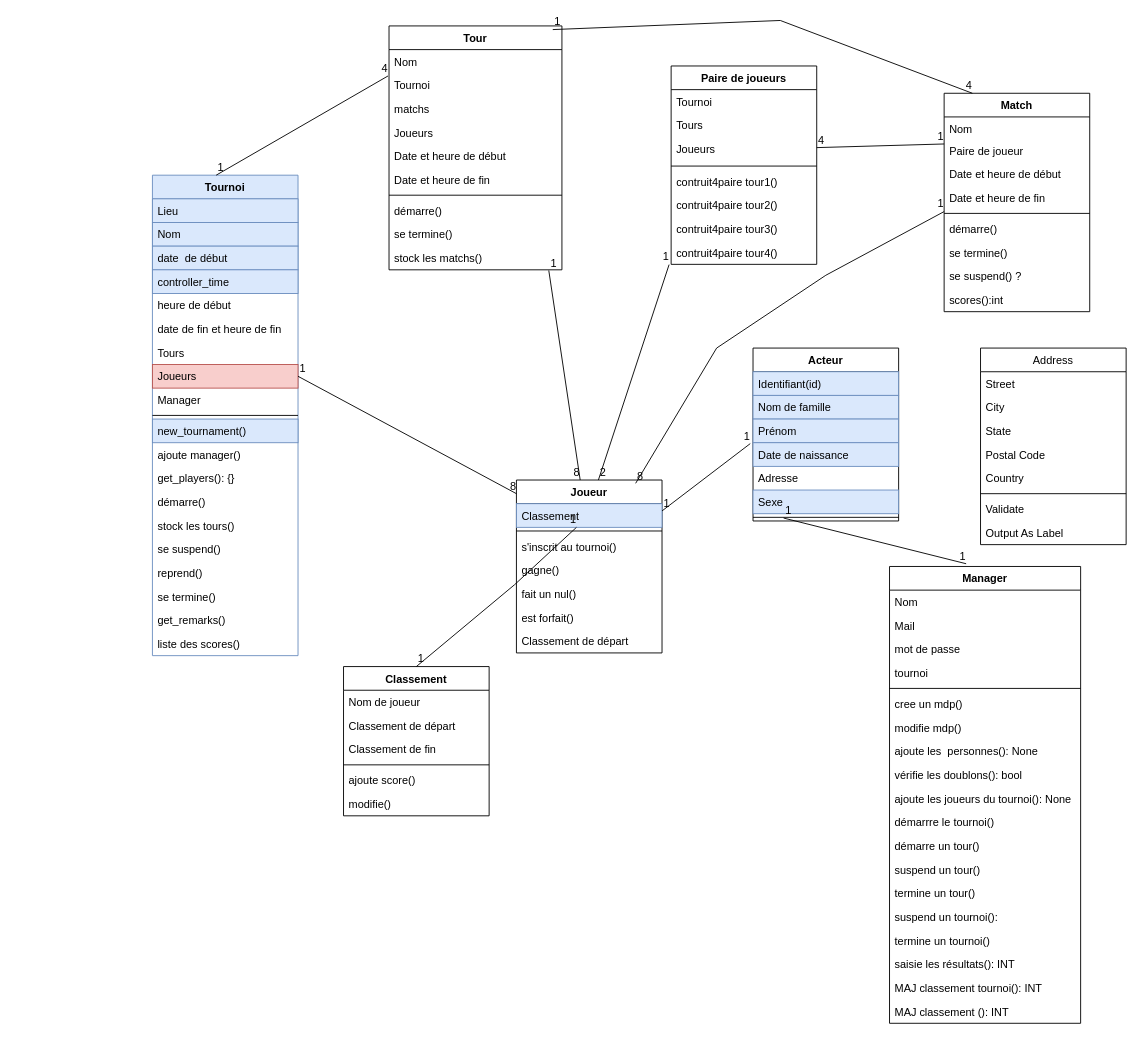
This is page "Avant codage" (1 of 2) of Diagramme jeu echec.drawio from Sandrineriou/Centre-echec, a draw.io file, before an edit. Source tidied: cells renumbered, new cells numbered last; positions are measured from the earlier drawing's top-left corner, leaving out a move shared by most shapes. Both pictures are drawn from the tidied source at 91%, with x=0, y=0 at pixel (152, 20).
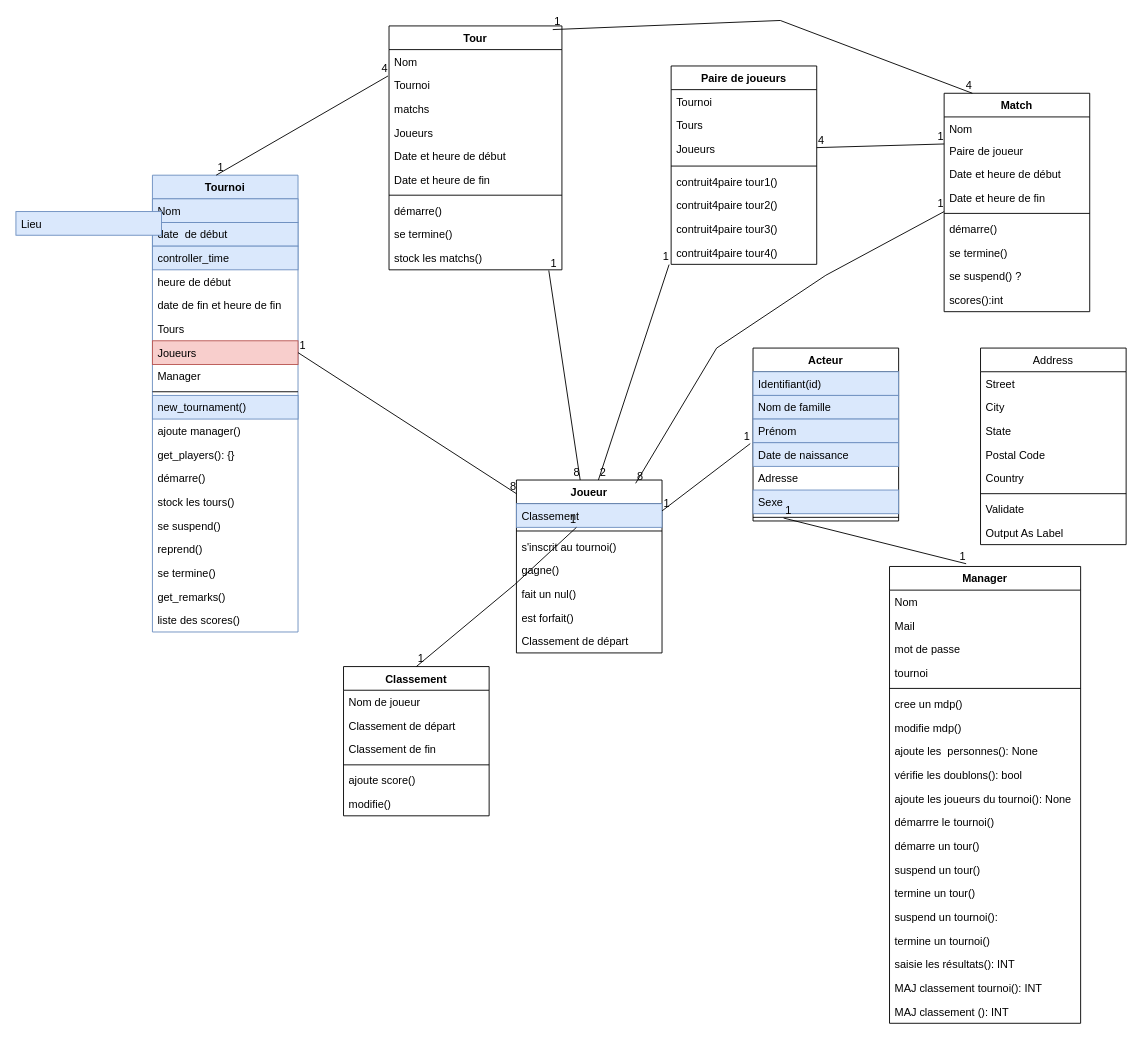
The same page after the edit.

Change to the diagram source:
```diff
@@
     <mxCell id="2" value="Tournoi" style="swimlane;fontStyle=1;align=center;verticalAlign=top;horizontal=1;startSize=26;fillColor=#dae8fc;strokeColor=#6c8ebf;" parent="1" vertex="1">
-      <mxGeometry y="170" width="160" height="528" as="geometry" />
+      <mxGeometry y="170" width="160" height="502" as="geometry" />
     </mxCell>
-    <mxCell id="3" value="Lieu" style="text;strokeColor=#6c8ebf;fillColor=#dae8fc;align=left;verticalAlign=top;spacingLeft=4;spacingRight=4;overflow=hidden;" parent="2" vertex="1">
-      <mxGeometry y="26" width="160" height="26" as="geometry" />
-    </mxCell>
     <mxCell id="4" value="Nom&#10;" style="text;strokeColor=#6c8ebf;fillColor=#dae8fc;align=left;verticalAlign=top;spacingLeft=4;spacingRight=4;overflow=hidden;" parent="2" vertex="1">
-      <mxGeometry y="52" width="160" height="26" as="geometry" />
+      <mxGeometry y="26" width="160" height="26" as="geometry" />
     </mxCell>
     <mxCell id="5" value="date  de début " style="text;strokeColor=#6c8ebf;fillColor=#dae8fc;align=left;verticalAlign=top;spacingLeft=4;spacingRight=4;overflow=hidden;" parent="2" vertex="1">
-      <mxGeometry y="78" width="160" height="26" as="geometry" />
+      <mxGeometry y="52" width="160" height="26" as="geometry" />
     </mxCell>
     <mxCell id="6" value="controller_time" style="text;strokeColor=#6c8ebf;fillColor=#dae8fc;align=left;verticalAlign=top;spacingLeft=4;spacingRight=4;overflow=hidden;" parent="2" vertex="1">
-      <mxGeometry y="104" width="160" height="26" as="geometry" />
+      <mxGeometry y="78" width="160" height="26" as="geometry" />
     </mxCell>
     <mxCell id="7" value="heure de début " style="text;strokeColor=none;fillColor=none;align=left;verticalAlign=top;spacingLeft=4;spacingRight=4;overflow=hidden;" parent="2" vertex="1">
-      <mxGeometry y="130" width="160" height="26" as="geometry" />
+      <mxGeometry y="104" width="160" height="26" as="geometry" />
     </mxCell>
     <mxCell id="8" value="date de fin et heure de fin" style="text;strokeColor=none;fillColor=none;align=left;verticalAlign=top;spacingLeft=4;spacingRight=4;overflow=hidden;" parent="2" vertex="1">
-      <mxGeometry y="156" width="160" height="26" as="geometry" />
+      <mxGeometry y="130" width="160" height="26" as="geometry" />
     </mxCell>
     <mxCell id="9" value="Tours" style="text;strokeColor=none;fillColor=none;align=left;verticalAlign=top;spacingLeft=4;spacingRight=4;overflow=hidden;" parent="2" vertex="1">
-      <mxGeometry y="182" width="160" height="26" as="geometry" />
+      <mxGeometry y="156" width="160" height="26" as="geometry" />
     </mxCell>
     <mxCell id="10" value="Joueurs" style="text;strokeColor=#b85450;fillColor=#f8cecc;align=left;verticalAlign=top;spacingLeft=4;spacingRight=4;overflow=hidden;points=[[0,0.5],[1,0.5]];portConstraint=eastwest;" parent="2" vertex="1">
-      <mxGeometry y="208" width="160" height="26" as="geometry" />
+      <mxGeometry y="182" width="160" height="26" as="geometry" />
     </mxCell>
     <mxCell id="11" value="Manager" style="text;strokeColor=none;fillColor=none;align=left;verticalAlign=top;spacingLeft=4;spacingRight=4;overflow=hidden;" parent="2" vertex="1">
-      <mxGeometry y="234" width="160" height="26" as="geometry" />
+      <mxGeometry y="208" width="160" height="26" as="geometry" />
     </mxCell>
     <mxCell id="12" style="line;strokeWidth=1;fillColor=none;align=left;verticalAlign=middle;spacingTop=-1;spacingLeft=3;spacingRight=3;labelPosition=right;" parent="2" vertex="1">
-      <mxGeometry y="260" width="160" height="8" as="geometry" />
+      <mxGeometry y="234" width="160" height="8" as="geometry" />
     </mxCell>
     <mxCell id="13" value="new_tournament()" style="text;strokeColor=#6c8ebf;fillColor=#dae8fc;align=left;verticalAlign=top;spacingLeft=4;spacingRight=4;overflow=hidden;" parent="2" vertex="1">
-      <mxGeometry y="268" width="160" height="26" as="geometry" />
+      <mxGeometry y="242" width="160" height="26" as="geometry" />
     </mxCell>
     <mxCell id="14" value="ajoute manager()" style="text;strokeColor=none;fillColor=none;align=left;verticalAlign=top;spacingLeft=4;spacingRight=4;overflow=hidden;" parent="2" vertex="1">
-      <mxGeometry y="294" width="160" height="26" as="geometry" />
+      <mxGeometry y="268" width="160" height="26" as="geometry" />
     </mxCell>
     <mxCell id="15" value="get_players(): {}" style="text;strokeColor=none;fillColor=none;align=left;verticalAlign=top;spacingLeft=4;spacingRight=4;overflow=hidden;" parent="2" vertex="1">
-      <mxGeometry y="320" width="160" height="26" as="geometry" />
+      <mxGeometry y="294" width="160" height="26" as="geometry" />
     </mxCell>
     <mxCell id="16" value="démarre()" style="text;strokeColor=none;fillColor=none;align=left;verticalAlign=top;spacingLeft=4;spacingRight=4;overflow=hidden;" parent="2" vertex="1">
-      <mxGeometry y="346" width="160" height="26" as="geometry" />
+      <mxGeometry y="320" width="160" height="26" as="geometry" />
     </mxCell>
     <mxCell id="17" value="stock les tours()" style="text;strokeColor=none;fillColor=none;align=left;verticalAlign=top;spacingLeft=4;spacingRight=4;overflow=hidden;" parent="2" vertex="1">
-      <mxGeometry y="372" width="160" height="26" as="geometry" />
+      <mxGeometry y="346" width="160" height="26" as="geometry" />
     </mxCell>
     <mxCell id="18" value="se suspend()" style="text;strokeColor=none;fillColor=none;align=left;verticalAlign=top;spacingLeft=4;spacingRight=4;overflow=hidden;" parent="2" vertex="1">
-      <mxGeometry y="398" width="160" height="26" as="geometry" />
+      <mxGeometry y="372" width="160" height="26" as="geometry" />
     </mxCell>
     <mxCell id="19" value="reprend()" style="text;strokeColor=none;fillColor=none;align=left;verticalAlign=top;spacingLeft=4;spacingRight=4;overflow=hidden;" parent="2" vertex="1">
-      <mxGeometry y="424" width="160" height="26" as="geometry" />
+      <mxGeometry y="398" width="160" height="26" as="geometry" />
     </mxCell>
     <mxCell id="20" value="se termine()" style="text;strokeColor=none;fillColor=none;align=left;verticalAlign=top;spacingLeft=4;spacingRight=4;overflow=hidden;" parent="2" vertex="1">
-      <mxGeometry y="450" width="160" height="26" as="geometry" />
+      <mxGeometry y="424" width="160" height="26" as="geometry" />
     </mxCell>
     <mxCell id="21" value="get_remarks()" style="text;strokeColor=none;fillColor=none;align=left;verticalAlign=top;spacingLeft=4;spacingRight=4;overflow=hidden;" parent="2" vertex="1">
-      <mxGeometry y="476" width="160" height="26" as="geometry" />
+      <mxGeometry y="450" width="160" height="26" as="geometry" />
     </mxCell>
     <mxCell id="22" value="liste des scores()" style="text;strokeColor=none;fillColor=none;align=left;verticalAlign=top;spacingLeft=4;spacingRight=4;overflow=hidden;" parent="2" vertex="1">
-      <mxGeometry y="502" width="160" height="26" as="geometry" />
+      <mxGeometry y="476" width="160" height="26" as="geometry" />
     </mxCell>
@@
+    <mxCell id="3" value="Lieu" style="text;strokeColor=#6c8ebf;fillColor=#dae8fc;align=left;verticalAlign=top;spacingLeft=4;spacingRight=4;overflow=hidden;" parent="1" vertex="1">
+      <mxGeometry x="-150" y="210" width="160" height="26" as="geometry" />
+    </mxCell>
```
